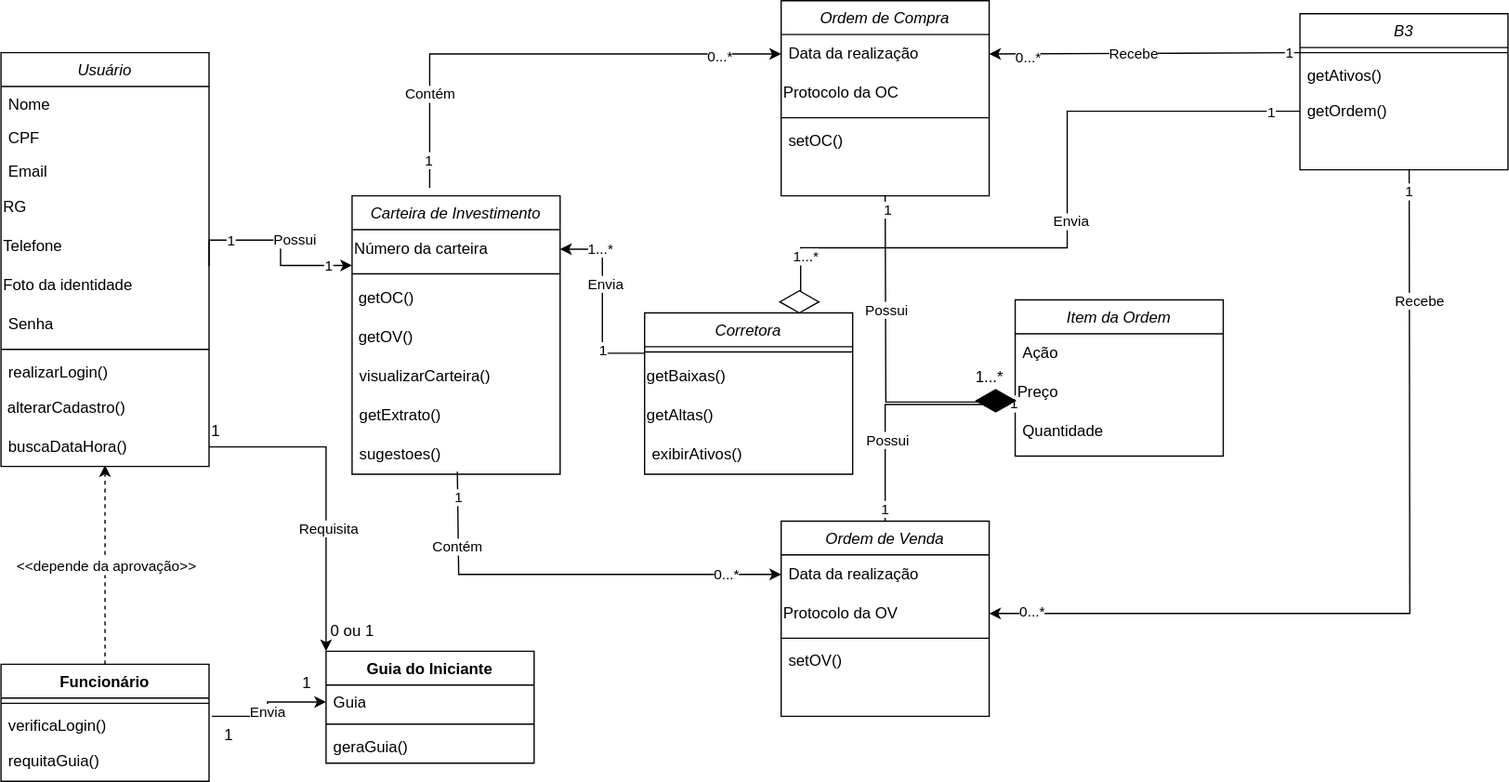
Before: Diagrama de classe.drawio.svg, a diagram exported from draw.io (JesCat16/Projeto01_Modelagem_De_Software). Source tidied: cells renumbered, new cells last; positions are measured from the earlier drawing's top-left corner, leaving out a move shared by most shapes.
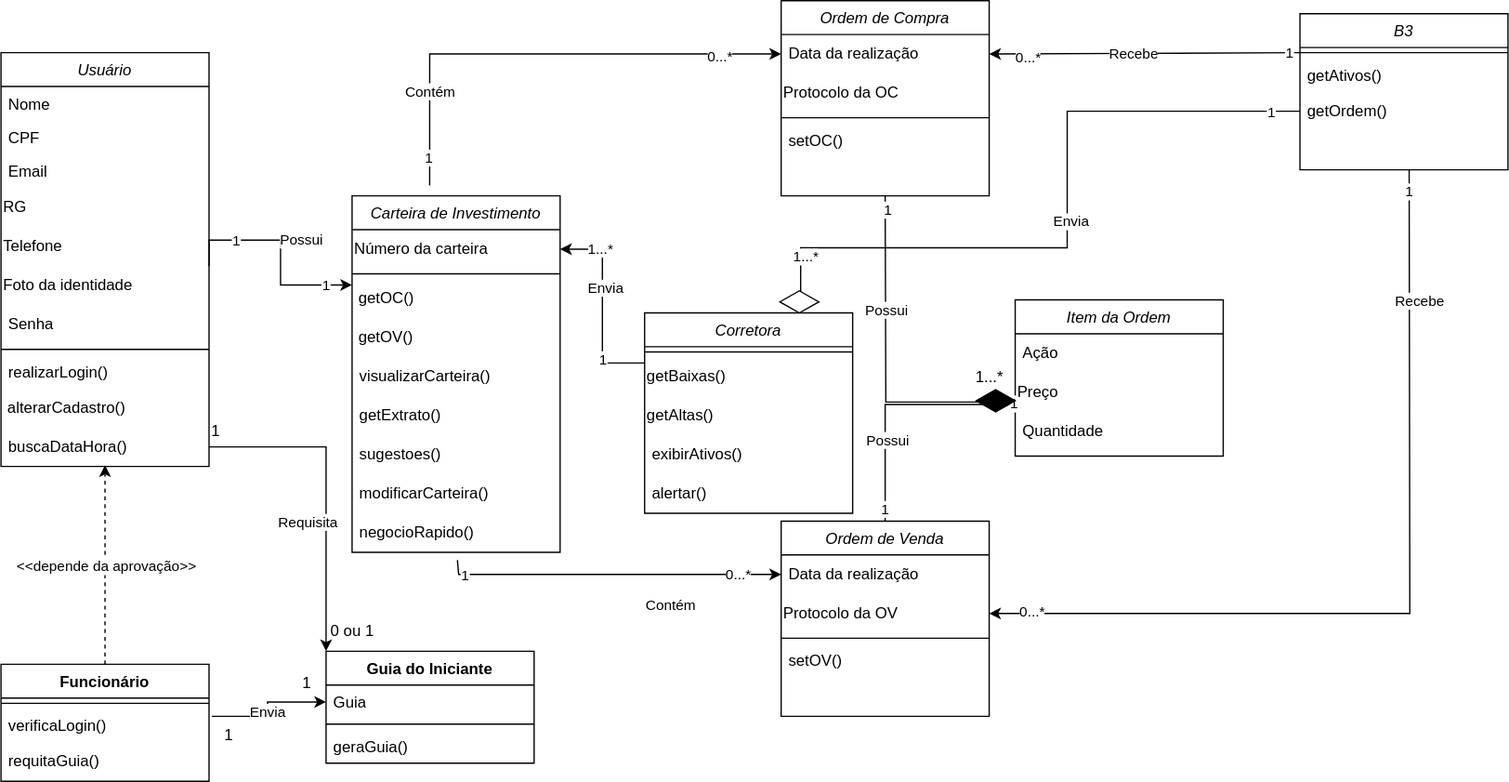
After the change.

The edit, as a diff of the source:
```diff
@@ -39,7 +39,7 @@
       <mxGeometry y="288" width="160" height="30" as="geometry" />
     </mxCell>
     <mxCell id="14" value="Carteira de Investimento" style="swimlane;fontStyle=2;align=center;verticalAlign=top;horizontal=1;startSize=26;rounded=0;shadow=0;strokeWidth=1;" parent="1" vertex="1">
-      <mxGeometry x="270" y="150" width="160" height="214" as="geometry" />
+      <mxGeometry x="270" y="150" width="160" height="274" as="geometry" />
     </mxCell>
     <mxCell id="15" value="Número da carteira" style="text;html=1;align=left;verticalAlign=middle;whiteSpace=wrap;rounded=0;" parent="14" vertex="1">
       <mxGeometry y="26" width="160" height="30" as="geometry" />
@@ -62,6 +62,12 @@
     <mxCell id="21" value="sugestoes()" style="text;strokeColor=none;fillColor=none;align=left;verticalAlign=middle;spacingLeft=4;spacingRight=4;overflow=hidden;points=[[0,0.5],[1,0.5]];portConstraint=eastwest;whiteSpace=wrap;html=1;" parent="14" vertex="1">
       <mxGeometry y="184" width="160" height="30" as="geometry" />
     </mxCell>
+    <mxCell id="102" value="modificarCarteira()" style="text;strokeColor=none;fillColor=none;align=left;verticalAlign=middle;spacingLeft=4;spacingRight=4;overflow=hidden;whiteSpace=wrap;html=1;" parent="14" vertex="1">
+      <mxGeometry y="214" width="160" height="30" as="geometry" />
+    </mxCell>
+    <mxCell id="103" value="negocioRapido()" style="text;strokeColor=none;fillColor=none;align=left;verticalAlign=middle;spacingLeft=4;spacingRight=4;overflow=hidden;whiteSpace=wrap;html=1;" parent="14" vertex="1">
+      <mxGeometry y="244" width="160" height="30" as="geometry" />
+    </mxCell>
     <mxCell id="22" value="Ordem de Compra" style="swimlane;fontStyle=2;align=center;verticalAlign=top;horizontal=1;startSize=26;rounded=0;shadow=0;strokeWidth=1;" parent="1" vertex="1">
       <mxGeometry x="600" width="160" height="150" as="geometry" />
     </mxCell>
@@ -208,8 +214,9 @@
         <mxPoint y="1" as="offset" />
       </mxGeometry>
     </mxCell>
-    <mxCell id="62" style="edgeStyle=orthogonalEdgeStyle;rounded=0;jettySize=auto;html=1;exitX=0;exitY=0.5;exitDx=0;exitDy=0;startArrow=classic;startFill=1;endArrow=none;endFill=0;entryX=0.506;entryY=0.933;entryDx=0;entryDy=0;entryPerimeter=0;" parent="1" edge="1" source="32" target="21">
+    <mxCell id="62" style="edgeStyle=orthogonalEdgeStyle;rounded=0;jettySize=auto;html=1;exitX=0;exitY=0.5;exitDx=0;exitDy=0;startArrow=classic;startFill=1;endArrow=none;endFill=0;" parent="1" edge="1" source="32">
       <mxGeometry relative="1" as="geometry">
+        <mxPoint x="351" y="430" as="targetPoint" />
         <Array as="points">
           <mxPoint x="352" y="441" />
         </Array>
@@ -217,7 +224,7 @@
     </mxCell>
     <mxCell id="63" value="Contém" style="edgeLabel;html=1;align=center;verticalAlign=middle;" parent="62" vertex="1">
       <mxGeometry x="0.89" y="-1" relative="1" as="geometry">
-        <mxPoint x="-2" y="39" as="offset" />
+        <mxPoint x="158" y="24" as="offset" />
       </mxGeometry>
     </mxCell>
     <mxCell id="64" value="0...*" style="edgeLabel;html=1;align=center;verticalAlign=middle;" parent="62" vertex="1">
@@ -245,7 +252,7 @@
       </mxGeometry>
     </mxCell>
     <mxCell id="70" value="Corretora" style="swimlane;fontStyle=2;align=center;verticalAlign=top;horizontal=1;startSize=26;rounded=0;shadow=0;strokeWidth=1;" parent="1" vertex="1">
-      <mxGeometry x="495" y="240" width="160" height="124" as="geometry" />
+      <mxGeometry x="495" y="240" width="160" height="154" as="geometry" />
     </mxCell>
     <mxCell id="71" style="line;html=1;strokeWidth=1;align=left;verticalAlign=middle;spacingTop=-1;spacingLeft=3;spacingRight=3;labelPosition=right;" parent="70" vertex="1">
       <mxGeometry y="26" width="160" height="8" as="geometry" />
@@ -259,6 +266,9 @@
     <mxCell id="74" value="exibirAtivos()" style="text;strokeColor=none;fillColor=none;align=left;verticalAlign=middle;spacingLeft=4;spacingRight=4;overflow=hidden;whiteSpace=wrap;html=1;" parent="70" vertex="1">
       <mxGeometry y="94" width="160" height="30" as="geometry" />
     </mxCell>
+    <mxCell id="104" value="alertar()" style="text;strokeColor=none;fillColor=none;align=left;verticalAlign=middle;spacingLeft=4;spacingRight=4;overflow=hidden;whiteSpace=wrap;html=1;" parent="70" vertex="1">
+      <mxGeometry y="124" width="160" height="30" as="geometry" />
+    </mxCell>
     <mxCell id="75" style="edgeStyle=orthogonalEdgeStyle;rounded=0;jettySize=auto;html=1;exitX=0;exitY=0.5;exitDx=0;exitDy=0;entryX=0.75;entryY=0;entryDx=0;entryDy=0;" parent="1" edge="1" source="47" target="70">
       <mxGeometry relative="1" as="geometry">
         <Array as="points">
@@ -330,7 +340,9 @@
       <mxGeometry relative="1" as="geometry" />
     </mxCell>
     <mxCell id="95" value="Requisita" style="edgeLabel;html=1;align=center;verticalAlign=middle;" parent="94" vertex="1">
-      <mxGeometry x="0.23" y="1" relative="1" as="geometry" />
+      <mxGeometry x="0.23" y="1" relative="1" as="geometry">
+        <mxPoint x="-16" y="-5" as="offset" />
+      </mxGeometry>
     </mxCell>
     <mxCell id="96" style="edgeStyle=orthogonalEdgeStyle;rounded=0;jettySize=auto;html=1;exitX=0;exitY=0.5;exitDx=0;exitDy=0;entryX=1.013;entryY=0.231;entryDx=0;entryDy=0;entryPerimeter=0;startArrow=classic;startFill=1;endArrow=none;endFill=0;" parent="1" edge="1" source="91" target="86">
       <mxGeometry relative="1" as="geometry" />
```
